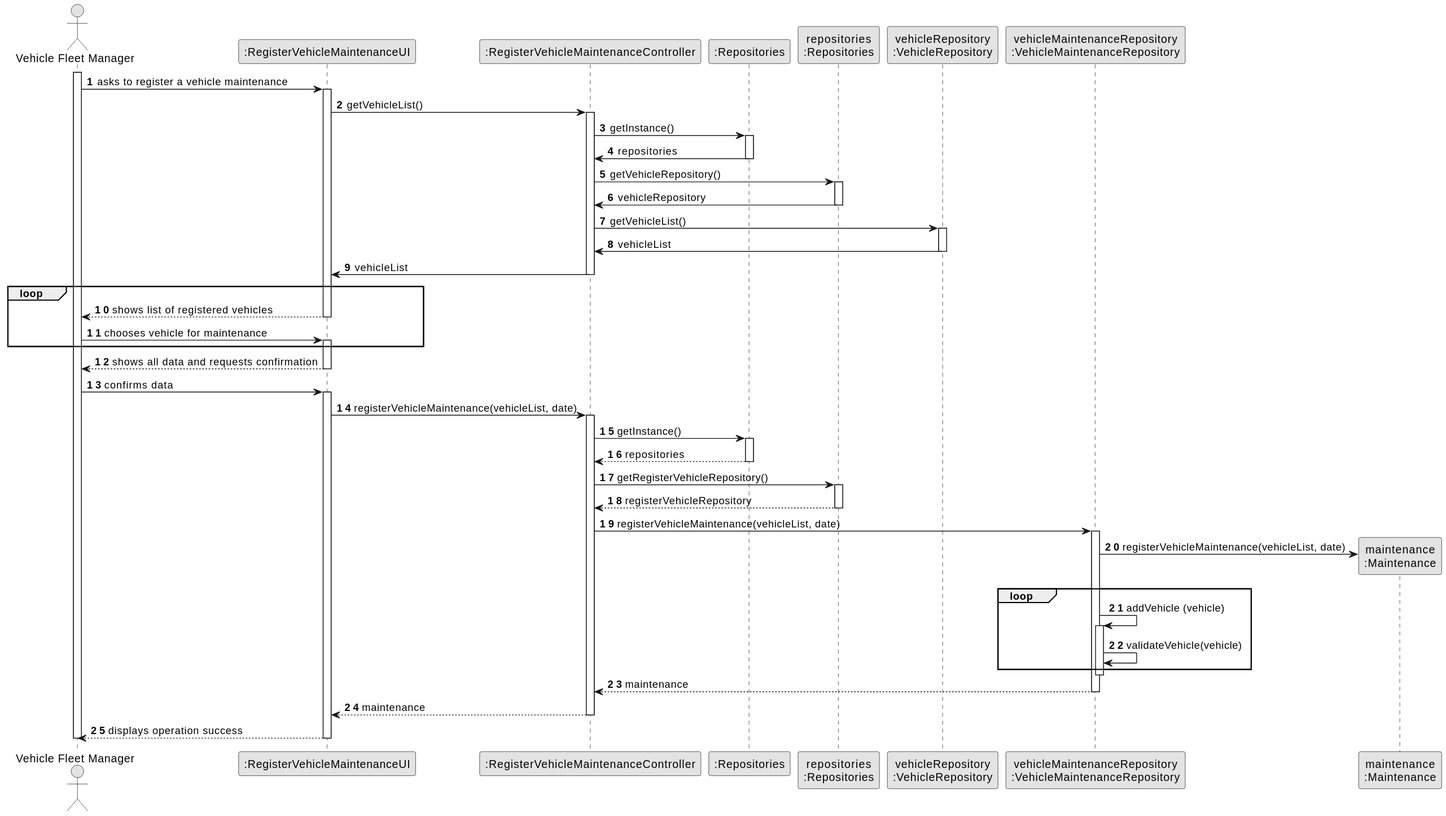
Earlier version of the PlantUML export docs/sprintB/us007/03.design/svg/us007-sequence-diagram-full.svg (diogoveirospro/lei-24-s2-1dg-g072).
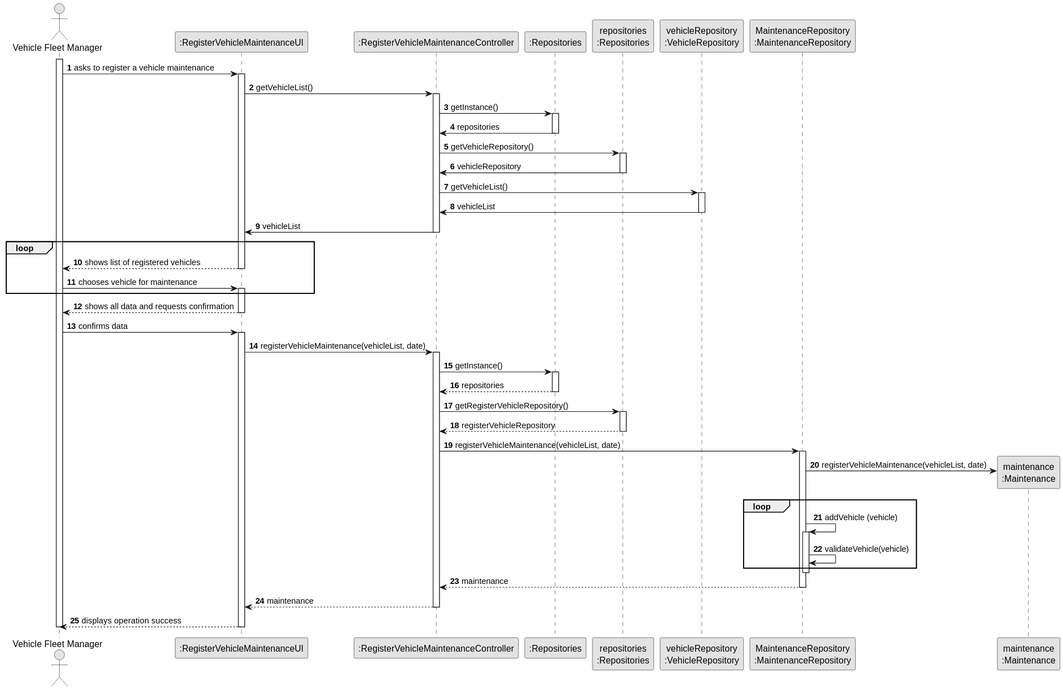
Above is the later version.

The edit, as a diff of the source:
```diff
@@ -11,7 +11,7 @@
 participant ":Repositories" as RepositorySingleton
 participant "repositories\n:Repositories" as PLAT
 participant "vehicleRepository\n:VehicleRepository" as VREP
-participant "vehicleMaintenanceRepository\n:VehicleMaintenanceRepository" as RegisterVehicleRepository
+participant "MaintenanceRepository\n:MaintenanceRepository" as MREP
 participant "maintenance\n:Maintenance" as MAINTENANCE
 
 activate ADM
@@ -19,8 +19,10 @@
         ADM -> UI : asks to register a vehicle maintenance
 
         activate UI
+
         UI -> CTRL : getVehicleList()
             activate CTRL
+
             CTRL -> RepositorySingleton : getInstance()
             activate RepositorySingleton
 
@@ -28,11 +30,13 @@
             deactivate RepositorySingleton
             CTRL -> PLAT : getVehicleRepository()
             activate PLAT
+
             PLAT -> CTRL : vehicleRepository
             deactivate PLAT
 
             CTRL -> VREP : getVehicleList()
             activate VREP
+
             VREP -> CTRL : vehicleList
             deactivate VREP
 
@@ -65,20 +69,20 @@
                     PLAT --> CTRL: registerVehicleRepository
                 deactivate PLAT
 
-                CTRL -> RegisterVehicleRepository : registerVehicleMaintenance(vehicleList, date)
-                activate RegisterVehicleRepository
+                CTRL -> MREP : registerVehicleMaintenance(vehicleList, date)
+                activate MREP
 
-                RegisterVehicleRepository -> MAINTENANCE**: registerVehicleMaintenance(vehicleList, date)
+                MREP -> MAINTENANCE**: registerVehicleMaintenance(vehicleList, date)
 
                 loop
-                RegisterVehicleRepository -> RegisterVehicleRepository: addVehicle (vehicle)
+                MREP -> MREP: addVehicle (vehicle)
 
-                 activate RegisterVehicleRepository
-                     RegisterVehicleRepository -> RegisterVehicleRepository: validateVehicle(vehicle)
+                 activate MREP
+                     MREP -> MREP: validateVehicle(vehicle)
                  end
-                 deactivate RegisterVehicleRepository
-                                RegisterVehicleRepository --> CTRL : maintenance
-                            deactivate RegisterVehicleRepository
+                 deactivate MREP
+                                MREP --> CTRL : maintenance
+                            deactivate MREP
 
 
             CTRL --> UI: maintenance
```
